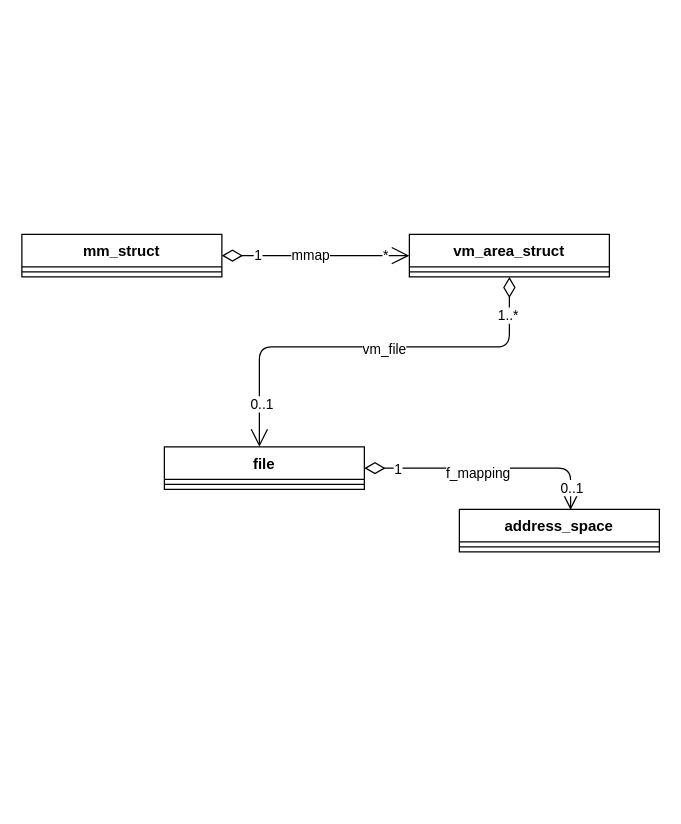
The draw.io diagram vm_area---page_cache.drawio in BanYeung/Notes, before the edit. Source tidied: cells renumbered, new cells numbered last; positions are measured from the earlier drawing's top-left corner, leaving out a move shared by most shapes. Both pictures are drawn from the tidied source at 125%, with x=0, y=0 at pixel (21, 234).
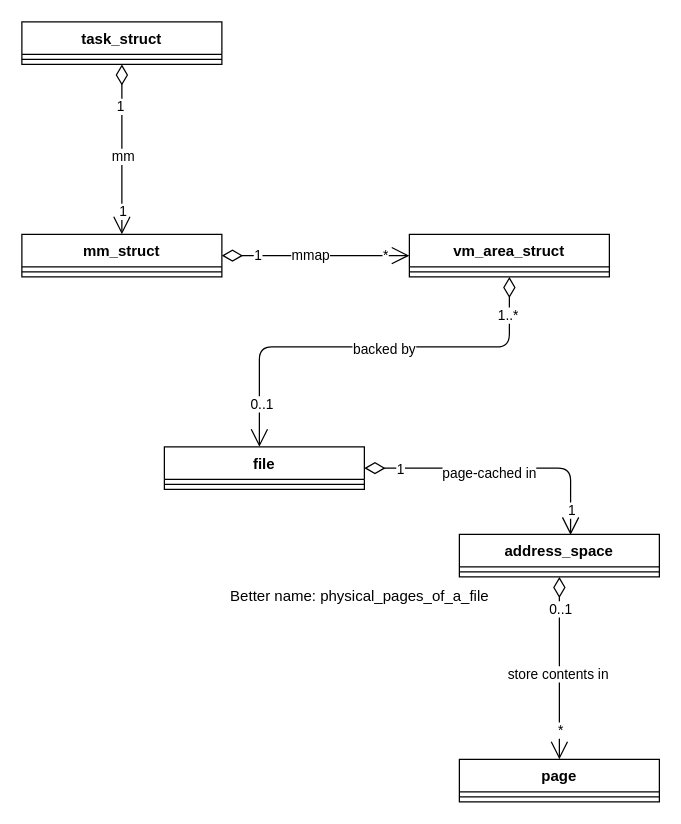
The same page after the edit.

The change refers to these unchanged cells:
```xml
<mxCell id="6" style="endArrow=open;html=1;endSize=12;startArrow=diamondThin;startSize=14;startFill=0;edgeStyle=orthogonalEdgeStyle;align=left;verticalAlign=bottom;" parent="1" edge="1" source="10" target="20">
  <mxGeometry x="-1" y="3" relative="1" as="geometry">
    <Array as="points">
      <mxPoint x="390" y="90" />
      <mxPoint x="190" y="90" />
    </Array>
  </mxGeometry>
</mxCell>
<mxCell id="12" style="endArrow=open;html=1;endSize=12;startArrow=diamondThin;startSize=14;startFill=0;edgeStyle=orthogonalEdgeStyle;align=left;verticalAlign=bottom;entryX=0.556;entryY=0.015;entryDx=0;entryDy=0;entryPerimeter=0;" parent="1" edge="1" source="20" target="16">
  <mxGeometry x="-0.95" y="17" relative="1" as="geometry" />
</mxCell>
<mxCell id="18" value="mm_struct" style="swimlane;fontStyle=1;align=center;verticalAlign=top;horizontal=1;startSize=26;" parent="1" vertex="1">
  <mxGeometry width="160" height="34" as="geometry" />
</mxCell>
```

Change to the diagram source:
```diff
@@
-    <mxCell id="8" value="vm_file" style="edgeLabel;html=1;align=center;verticalAlign=middle;" parent="6" vertex="1">
+    <mxCell id="8" value="backed by" style="edgeLabel;html=1;align=center;verticalAlign=middle;" parent="6" vertex="1">
       <mxGeometry x="0.3" y="1" relative="1" as="geometry">
         <mxPoint x="61.9" as="offset" />
       </mxGeometry>
     </mxCell>
@@
-    <mxCell id="13" value="0..1" style="edgeLabel;html=1;align=center;verticalAlign=middle;" parent="12" vertex="1">
+    <mxCell id="13" value="1" style="edgeLabel;html=1;align=center;verticalAlign=middle;" parent="12" vertex="1">
       <mxGeometry x="0.81" y="1" relative="1" as="geometry" />
     </mxCell>
-    <mxCell id="14" value="f_mapping" style="edgeLabel;html=1;align=center;verticalAlign=middle;" parent="12" vertex="1">
+    <mxCell id="14" value="page-cached in" style="edgeLabel;html=1;align=center;verticalAlign=middle;" parent="12" vertex="1">
       <mxGeometry x="-0.09" y="-3" relative="1" as="geometry" />
     </mxCell>
@@
-    <mxCell id="16" value="address_space" style="swimlane;fontStyle=1;align=center;verticalAlign=top;horizontal=1;startSize=26;" parent="1" vertex="1">
-      <mxGeometry x="350" y="220" width="160" height="34" as="geometry" />
-    </mxCell>
-    <mxCell id="17" style="line;strokeWidth=1;fillColor=none;align=left;verticalAlign=middle;spacingTop=-1;spacingLeft=3;spacingRight=3;labelPosition=right;" parent="16" vertex="1">
-      <mxGeometry y="26" width="160" height="8" as="geometry" />
-    </mxCell>
@@
+    <mxCell id="22" style="endArrow=open;html=1;endSize=12;startArrow=diamondThin;startSize=14;startFill=0;edgeStyle=orthogonalEdgeStyle;align=left;verticalAlign=bottom;" parent="1" edge="1" source="26" target="18">
+      <mxGeometry x="-1" y="3" relative="1" as="geometry" />
+    </mxCell>
+    <mxCell id="23" value="1" style="edgeLabel;html=1;align=center;verticalAlign=middle;" parent="22" vertex="1">
+      <mxGeometry x="0.72" relative="1" as="geometry" />
+    </mxCell>
+    <mxCell id="24" value="1" style="edgeLabel;html=1;align=center;verticalAlign=middle;" parent="22" vertex="1">
+      <mxGeometry x="-0.71" y="-2" relative="1" as="geometry">
+        <mxPoint y="13.1" as="offset" />
+      </mxGeometry>
+    </mxCell>
+    <mxCell id="25" value="mm" style="edgeLabel;html=1;align=center;verticalAlign=middle;" parent="22" vertex="1">
+      <mxGeometry x="0.07" relative="1" as="geometry" />
+    </mxCell>
+    <mxCell id="26" value="task_struct" style="swimlane;fontStyle=1;align=center;verticalAlign=top;horizontal=1;startSize=26;" parent="1" vertex="1">
+      <mxGeometry y="-170" width="160" height="34" as="geometry" />
+    </mxCell>
+    <mxCell id="27" style="line;strokeWidth=1;fillColor=none;align=left;verticalAlign=middle;spacingTop=-1;spacingLeft=3;spacingRight=3;labelPosition=right;" parent="26" vertex="1">
+      <mxGeometry y="26" width="160" height="8" as="geometry" />
+    </mxCell>
+    <mxCell id="16" value="address_space" style="swimlane;fontStyle=1;align=center;verticalAlign=top;horizontal=1;startSize=26;" parent="1" vertex="1">
+      <mxGeometry x="350" y="240" width="160" height="34" as="geometry" />
+    </mxCell>
+    <mxCell id="17" style="line;strokeWidth=1;fillColor=none;align=left;verticalAlign=middle;spacingTop=-1;spacingLeft=3;spacingRight=3;labelPosition=right;" parent="16" vertex="1">
+      <mxGeometry y="26" width="160" height="8" as="geometry" />
+    </mxCell>
+    <mxCell id="28" style="endArrow=open;html=1;endSize=12;startArrow=diamondThin;startSize=14;startFill=0;edgeStyle=orthogonalEdgeStyle;align=left;verticalAlign=bottom;" parent="1" edge="1" source="16" target="32">
+      <mxGeometry x="-1" y="3" relative="1" as="geometry" />
+    </mxCell>
+    <mxCell id="29" value="0..1" style="edgeLabel;html=1;align=center;verticalAlign=middle;" parent="28" vertex="1">
+      <mxGeometry x="-0.72" relative="1" as="geometry">
+        <mxPoint y="5.3" as="offset" />
+      </mxGeometry>
+    </mxCell>
+    <mxCell id="30" value="*" style="edgeLabel;html=1;align=center;verticalAlign=middle;" parent="28" vertex="1">
+      <mxGeometry x="0.67" relative="1" as="geometry" />
+    </mxCell>
+    <mxCell id="31" value="store contents in" style="edgeLabel;html=1;align=center;verticalAlign=middle;" parent="28" vertex="1">
+      <mxGeometry x="0.06" y="-2" relative="1" as="geometry" />
+    </mxCell>
+    <mxCell id="32" value="page" style="swimlane;fontStyle=1;align=center;verticalAlign=top;horizontal=1;startSize=26;" parent="1" vertex="1">
+      <mxGeometry x="350" y="420" width="160" height="34" as="geometry" />
+    </mxCell>
+    <mxCell id="33" style="line;strokeWidth=1;fillColor=none;align=left;verticalAlign=middle;spacingTop=-1;spacingLeft=3;spacingRight=3;labelPosition=right;" parent="32" vertex="1">
+      <mxGeometry y="26" width="160" height="8" as="geometry" />
+    </mxCell>
+    <mxCell id="34" value="Better name: physical_pages_of_a_file" style="text;html=1;align=center;verticalAlign=middle;" parent="1" vertex="1">
+      <mxGeometry x="160" y="280" width="220" height="20" as="geometry" />
+    </mxCell>
```
